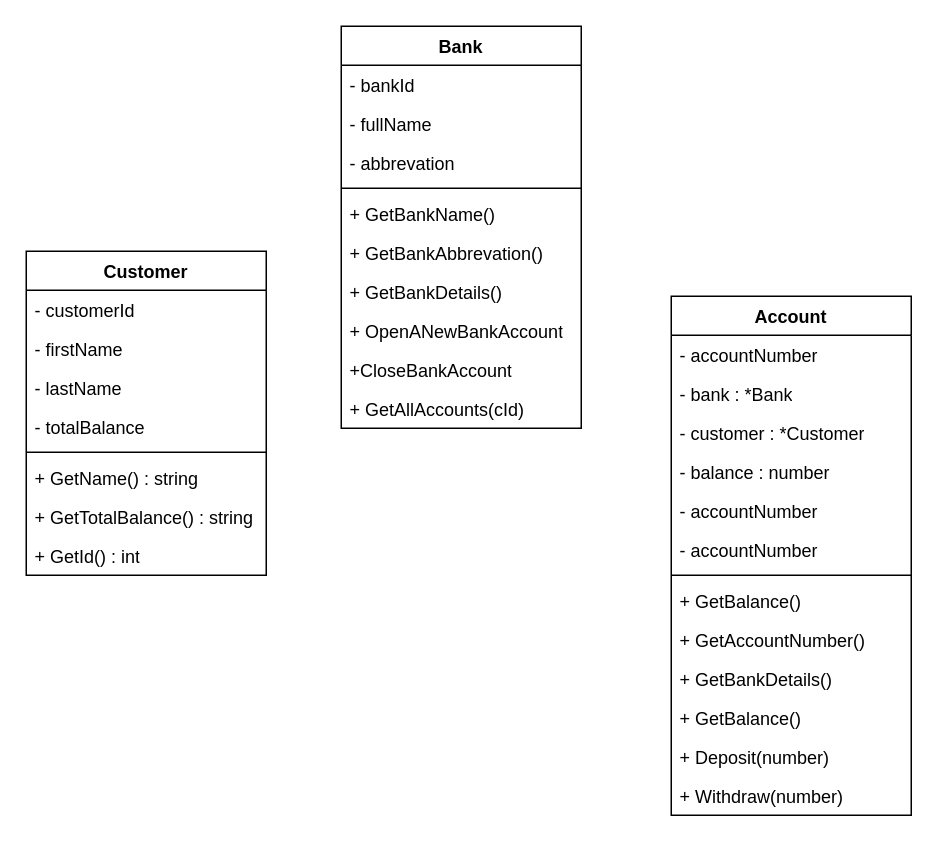
The draw.io diagram 2024-10-10/banking-app/BackApp.drawio in tanmaikamat-forcepoint/Golang-Assignments, before the edit. Source tidied: cells renumbered, new cells numbered last; positions are measured from the earlier drawing's top-left corner, leaving out a move shared by most shapes. Both pictures are drawn from the tidied source at 150%, with x=0, y=0 at pixel (26, 26).
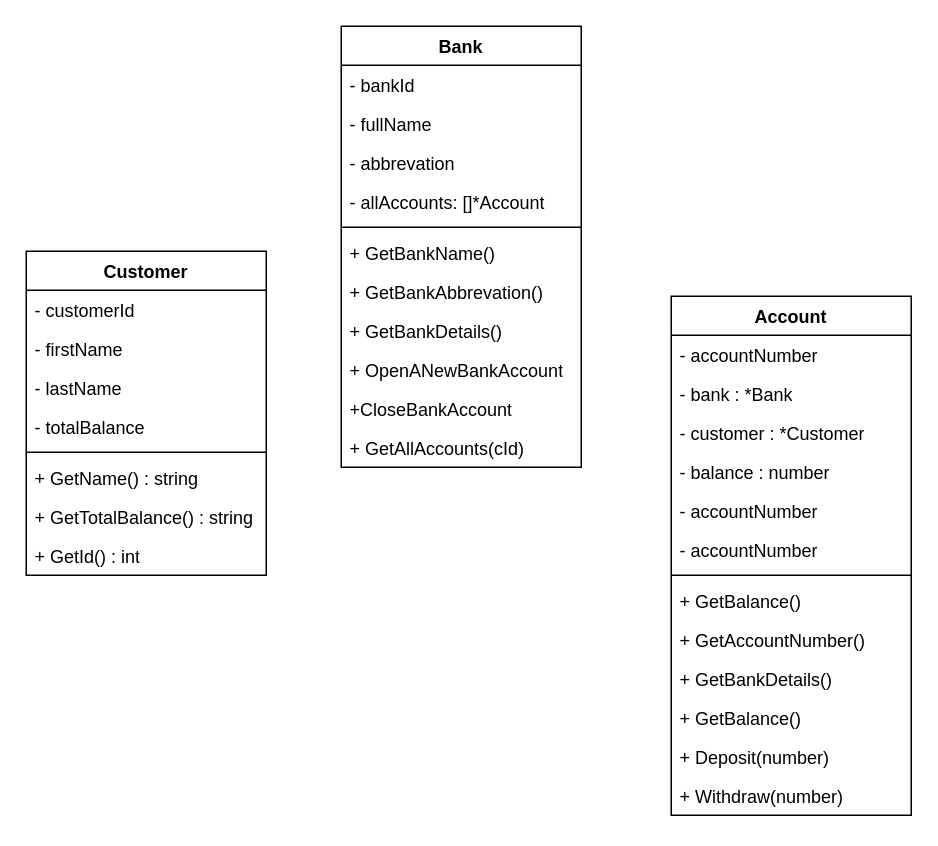
Above is the later version.

Change to the diagram source:
```diff
@@
     <mxCell id="11" value="Bank" style="swimlane;fontStyle=1;align=center;verticalAlign=top;horizontal=1;startSize=26;whiteSpace=wrap;html=1;" parent="1" vertex="1">
-      <mxGeometry x="210" width="160" height="268" as="geometry" />
+      <mxGeometry x="210" width="160" height="294" as="geometry" />
     </mxCell>
@@
+    <mxCell id="36" value="- allAccounts: []*Account" style="text;strokeColor=none;fillColor=none;align=left;verticalAlign=top;spacingLeft=4;spacingRight=4;overflow=hidden;whiteSpace=wrap;html=1;" parent="11" vertex="1">
+      <mxGeometry y="104" width="160" height="26" as="geometry" />
+    </mxCell>
     <mxCell id="15" style="line;strokeWidth=1;fillColor=none;align=left;verticalAlign=middle;spacingTop=-1;spacingLeft=3;spacingRight=3;labelPosition=right;strokeColor=inherit;" parent="11" vertex="1">
-      <mxGeometry y="104" width="160" height="8" as="geometry" />
+      <mxGeometry y="130" width="160" height="8" as="geometry" />
     </mxCell>
     <mxCell id="16" value="+ GetBankName()" style="text;strokeColor=none;fillColor=none;align=left;verticalAlign=top;spacingLeft=4;spacingRight=4;overflow=hidden;whiteSpace=wrap;html=1;" parent="11" vertex="1">
-      <mxGeometry y="112" width="160" height="26" as="geometry" />
+      <mxGeometry y="138" width="160" height="26" as="geometry" />
     </mxCell>
     <mxCell id="17" value="+ GetBankAbbrevation()" style="text;strokeColor=none;fillColor=none;align=left;verticalAlign=top;spacingLeft=4;spacingRight=4;overflow=hidden;whiteSpace=wrap;html=1;" parent="11" vertex="1">
-      <mxGeometry y="138" width="160" height="26" as="geometry" />
+      <mxGeometry y="164" width="160" height="26" as="geometry" />
     </mxCell>
     <mxCell id="18" value="+ GetBankDetails()" style="text;strokeColor=none;fillColor=none;align=left;verticalAlign=top;spacingLeft=4;spacingRight=4;overflow=hidden;whiteSpace=wrap;html=1;" parent="11" vertex="1">
-      <mxGeometry y="164" width="160" height="26" as="geometry" />
+      <mxGeometry y="190" width="160" height="26" as="geometry" />
     </mxCell>
     <mxCell id="19" value="+ OpenANewBankAccount" style="text;strokeColor=none;fillColor=none;align=left;verticalAlign=top;spacingLeft=4;spacingRight=4;overflow=hidden;whiteSpace=wrap;html=1;" parent="11" vertex="1">
-      <mxGeometry y="190" width="160" height="26" as="geometry" />
+      <mxGeometry y="216" width="160" height="26" as="geometry" />
     </mxCell>
     <mxCell id="20" value="+CloseBankAccount" style="text;strokeColor=none;fillColor=none;align=left;verticalAlign=top;spacingLeft=4;spacingRight=4;overflow=hidden;whiteSpace=wrap;html=1;" parent="11" vertex="1">
-      <mxGeometry y="216" width="160" height="26" as="geometry" />
+      <mxGeometry y="242" width="160" height="26" as="geometry" />
     </mxCell>
     <mxCell id="21" value="+ GetAllAccounts(cId)" style="text;strokeColor=none;fillColor=none;align=left;verticalAlign=top;spacingLeft=4;spacingRight=4;overflow=hidden;whiteSpace=wrap;html=1;" parent="11" vertex="1">
-      <mxGeometry y="242" width="160" height="26" as="geometry" />
+      <mxGeometry y="268" width="160" height="26" as="geometry" />
     </mxCell>
```
